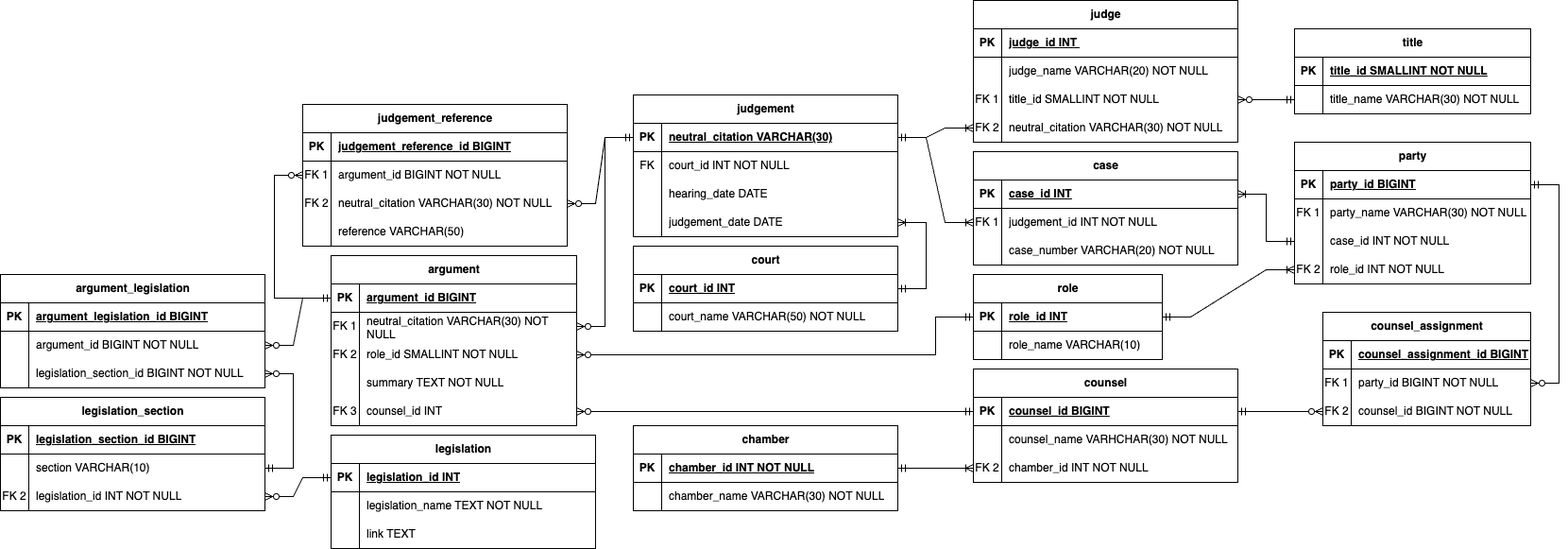
Above: dev-resources/erd/Dan-ERD.png in anisahhoque/c15-court-transcript-pipeline (draw.io), before the change. Source tidied: cells renumbered, new cells last; positions are measured from the earlier drawing's top-left corner, leaving out a move shared by most shapes.
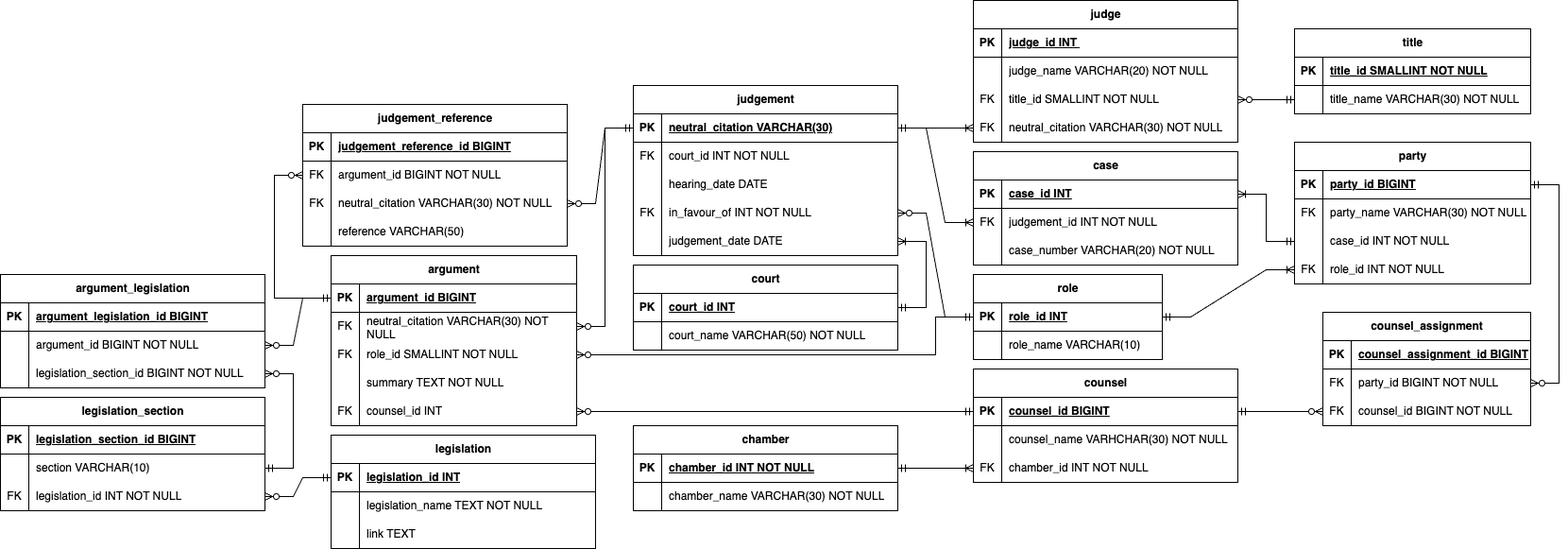
The same diagram one commit later.

Commit message:
Adds in_favour_of column to judgment, and simplifies foreign keys

Diff of the diagram source:
```diff
@@ -59,14 +59,14 @@
     <mxCell id="20" style="shape=tableRow;horizontal=0;startSize=0;swimlaneHead=0;swimlaneBody=0;fillColor=none;points=[[0,0.5],[1,0.5]];portConstraint=eastwest;top=0;left=0;right=0;bottom=0;" parent="13" vertex="1">
       <mxGeometry y="90" width="280" height="30" as="geometry" />
     </mxCell>
-    <mxCell id="21" value="FK 2" style="shape=partialRectangle;fillColor=none;top=0;left=0;bottom=0;right=0;overflow=hidden;whiteSpace=wrap;html=1;" parent="20" vertex="1">
+    <mxCell id="21" value="FK" style="shape=partialRectangle;fillColor=none;top=0;left=0;bottom=0;right=0;overflow=hidden;whiteSpace=wrap;html=1;" parent="20" vertex="1">
       <mxGeometry width="30" height="30" as="geometry" />
     </mxCell>
     <mxCell id="22" value="legislation_id INT NOT NULL" style="shape=partialRectangle;fillColor=none;top=0;left=0;bottom=0;right=0;align=left;spacingLeft=6;overflow=hidden;whiteSpace=wrap;html=1;" parent="20" vertex="1">
       <mxGeometry x="30" width="250" height="30" as="geometry" />
     </mxCell>
     <mxCell id="23" value="judgement" style="shape=table;startSize=30;rowLines=0;fontStyle=1;align=center;html=1;" parent="1" vertex="1">
-      <mxGeometry x="670" y="100" width="280" height="150" as="geometry" />
+      <mxGeometry x="670" y="90" width="280" height="180" as="geometry" />
     </mxCell>
     <mxCell id="24" style="shape=tableRow;horizontal=0;startSize=0;swimlaneHead=0;swimlaneBody=0;fillColor=none;points=[[0,0.5],[1,0.5]];portConstraint=eastwest;top=0;left=0;right=0;bottom=1;" parent="23" vertex="1">
       <mxGeometry y="30" width="280" height="30" as="geometry" />
@@ -95,8 +95,17 @@
     <mxCell id="32" value="hearing_date DATE" style="shape=partialRectangle;fillColor=none;top=0;left=0;bottom=0;right=0;align=left;spacingLeft=6;overflow=hidden;whiteSpace=wrap;html=1;" parent="30" vertex="1">
       <mxGeometry x="30" width="250" height="30" as="geometry" />
     </mxCell>
+    <mxCell id="176" style="shape=tableRow;horizontal=0;startSize=0;swimlaneHead=0;swimlaneBody=0;fillColor=none;points=[[0,0.5],[1,0.5]];portConstraint=eastwest;top=0;left=0;right=0;bottom=0;" parent="23" vertex="1">
+      <mxGeometry y="120" width="280" height="30" as="geometry" />
+    </mxCell>
+    <mxCell id="177" value="FK" style="shape=partialRectangle;fillColor=none;top=0;left=0;bottom=0;right=0;overflow=hidden;whiteSpace=wrap;html=1;" parent="176" vertex="1">
+      <mxGeometry width="30" height="30" as="geometry" />
+    </mxCell>
+    <mxCell id="178" value="in_favour_of INT NOT NULL" style="shape=partialRectangle;fillColor=none;top=0;left=0;bottom=0;right=0;align=left;spacingLeft=6;overflow=hidden;whiteSpace=wrap;html=1;" parent="176" vertex="1">
+      <mxGeometry x="30" width="250" height="30" as="geometry" />
+    </mxCell>
     <mxCell id="33" style="shape=tableRow;horizontal=0;startSize=0;swimlaneHead=0;swimlaneBody=0;fillColor=none;points=[[0,0.5],[1,0.5]];portConstraint=eastwest;top=0;left=0;right=0;bottom=0;" parent="23" vertex="1">
-      <mxGeometry y="120" width="280" height="30" as="geometry" />
+      <mxGeometry y="150" width="280" height="30" as="geometry" />
     </mxCell>
     <mxCell id="34" style="shape=partialRectangle;fillColor=none;top=0;left=0;bottom=0;right=0;overflow=hidden;whiteSpace=wrap;html=1;" parent="33" vertex="1">
       <mxGeometry width="30" height="30" as="geometry" />
@@ -119,7 +128,7 @@
     <mxCell id="40" style="shape=tableRow;horizontal=0;startSize=0;swimlaneHead=0;swimlaneBody=0;fillColor=none;points=[[0,0.5],[1,0.5]];portConstraint=eastwest;top=0;left=0;right=0;bottom=0;" parent="36" vertex="1">
       <mxGeometry y="60" width="280" height="30" as="geometry" />
     </mxCell>
-    <mxCell id="41" value="FK 1" style="shape=partialRectangle;fillColor=none;top=0;left=0;bottom=0;right=0;overflow=hidden;whiteSpace=wrap;html=1;" parent="40" vertex="1">
+    <mxCell id="41" value="FK" style="shape=partialRectangle;fillColor=none;top=0;left=0;bottom=0;right=0;overflow=hidden;whiteSpace=wrap;html=1;" parent="40" vertex="1">
       <mxGeometry width="30" height="30" as="geometry" />
     </mxCell>
     <mxCell id="42" value="argument_id BIGINT NOT NULL" style="shape=partialRectangle;fillColor=none;top=0;left=0;bottom=0;right=0;align=left;spacingLeft=6;overflow=hidden;whiteSpace=wrap;html=1;" parent="40" vertex="1">
@@ -128,7 +137,7 @@
     <mxCell id="43" style="shape=tableRow;horizontal=0;startSize=0;swimlaneHead=0;swimlaneBody=0;fillColor=none;points=[[0,0.5],[1,0.5]];portConstraint=eastwest;top=0;left=0;right=0;bottom=0;" parent="36" vertex="1">
       <mxGeometry y="90" width="280" height="30" as="geometry" />
     </mxCell>
-    <mxCell id="44" value="FK 2" style="shape=partialRectangle;fillColor=none;top=0;left=0;bottom=0;right=0;overflow=hidden;whiteSpace=wrap;html=1;" parent="43" vertex="1">
+    <mxCell id="44" value="FK" style="shape=partialRectangle;fillColor=none;top=0;left=0;bottom=0;right=0;overflow=hidden;whiteSpace=wrap;html=1;" parent="43" vertex="1">
       <mxGeometry width="30" height="30" as="geometry" />
     </mxCell>
     <mxCell id="45" value="neutral_citation VARCHAR(30) NOT NULL" style="shape=partialRectangle;fillColor=none;top=0;left=0;bottom=0;right=0;align=left;spacingLeft=6;overflow=hidden;whiteSpace=wrap;html=1;" parent="43" vertex="1">
@@ -158,7 +167,7 @@
     <mxCell id="53" style="shape=tableRow;horizontal=0;startSize=0;swimlaneHead=0;swimlaneBody=0;fillColor=none;points=[[0,0.5],[1,0.5]];portConstraint=eastwest;top=0;left=0;right=0;bottom=0;" parent="49" vertex="1">
       <mxGeometry y="60" width="280" height="30" as="geometry" />
     </mxCell>
-    <mxCell id="54" value="FK 1" style="shape=partialRectangle;fillColor=none;top=0;left=0;bottom=0;right=0;overflow=hidden;whiteSpace=wrap;html=1;" parent="53" vertex="1">
+    <mxCell id="54" value="FK" style="shape=partialRectangle;fillColor=none;top=0;left=0;bottom=0;right=0;overflow=hidden;whiteSpace=wrap;html=1;" parent="53" vertex="1">
       <mxGeometry width="30" height="30" as="geometry" />
     </mxCell>
     <mxCell id="55" value="judgement_id INT NOT NULL" style="shape=partialRectangle;fillColor=none;top=0;left=0;bottom=0;right=0;align=left;spacingLeft=6;overflow=hidden;whiteSpace=wrap;html=1;" parent="53" vertex="1">
@@ -174,7 +183,7 @@
       <mxGeometry x="30" width="250" height="30" as="geometry" />
     </mxCell>
     <mxCell id="59" value="court" style="shape=table;startSize=30;rowLines=0;fontStyle=1;align=center;html=1;" parent="1" vertex="1">
-      <mxGeometry x="670" y="260" width="280" height="90" as="geometry" />
+      <mxGeometry x="670" y="280" width="280" height="90" as="geometry" />
     </mxCell>
     <mxCell id="60" style="shape=tableRow;horizontal=0;startSize=0;swimlaneHead=0;swimlaneBody=0;fillColor=none;points=[[0,0.5],[1,0.5]];portConstraint=eastwest;top=0;left=0;right=0;bottom=1;" parent="59" vertex="1">
       <mxGeometry y="30" width="280" height="30" as="geometry" />
@@ -209,7 +218,7 @@
     <mxCell id="70" style="shape=tableRow;horizontal=0;startSize=0;swimlaneHead=0;swimlaneBody=0;fillColor=none;top=0;left=0;right=0;bottom=0;" parent="66" vertex="1">
       <mxGeometry y="60" width="250" height="30" as="geometry" />
     </mxCell>
-    <mxCell id="71" value="FK 1" style="shape=partialRectangle;fillColor=none;top=0;left=0;bottom=0;right=0;overflow=hidden;whiteSpace=wrap;html=1;" parent="70" vertex="1">
+    <mxCell id="71" value="FK" style="shape=partialRectangle;fillColor=none;top=0;left=0;bottom=0;right=0;overflow=hidden;whiteSpace=wrap;html=1;" parent="70" vertex="1">
       <mxGeometry width="30" height="30" as="geometry" />
     </mxCell>
     <mxCell id="72" value="party_name VARCHAR(30) NOT NULL" style="shape=partialRectangle;fillColor=none;top=0;left=0;bottom=0;right=0;align=left;spacingLeft=6;overflow=hidden;whiteSpace=wrap;html=1;" parent="70" vertex="1">
@@ -227,7 +236,7 @@
     <mxCell id="76" style="shape=tableRow;horizontal=0;startSize=0;swimlaneHead=0;swimlaneBody=0;fillColor=none;points=[[0,0.5],[1,0.5]];portConstraint=eastwest;top=0;left=0;right=0;bottom=0;" parent="66" vertex="1">
       <mxGeometry y="120" width="250" height="30" as="geometry" />
     </mxCell>
-    <mxCell id="77" value="FK 2" style="shape=partialRectangle;fillColor=none;top=0;left=0;bottom=0;right=0;overflow=hidden;whiteSpace=wrap;html=1;" parent="76" vertex="1">
+    <mxCell id="77" value="FK" style="shape=partialRectangle;fillColor=none;top=0;left=0;bottom=0;right=0;overflow=hidden;whiteSpace=wrap;html=1;" parent="76" vertex="1">
       <mxGeometry width="30" height="30" as="geometry" />
     </mxCell>
     <mxCell id="78" value="role_id INT NOT NULL" style="shape=partialRectangle;fillColor=none;top=0;left=0;bottom=0;right=0;align=left;spacingLeft=6;overflow=hidden;whiteSpace=wrap;html=1;" parent="76" vertex="1">
@@ -269,7 +278,7 @@
     <mxCell id="90" style="shape=tableRow;horizontal=0;startSize=0;swimlaneHead=0;swimlaneBody=0;fillColor=none;points=[[0,0.5],[1,0.5]];portConstraint=eastwest;top=0;left=0;right=0;bottom=0;" parent="86" vertex="1">
       <mxGeometry y="60" width="220" height="30" as="geometry" />
     </mxCell>
-    <mxCell id="91" value="FK 1" style="shape=partialRectangle;fillColor=none;top=0;left=0;bottom=0;right=0;overflow=hidden;whiteSpace=wrap;html=1;" parent="90" vertex="1">
+    <mxCell id="91" value="FK" style="shape=partialRectangle;fillColor=none;top=0;left=0;bottom=0;right=0;overflow=hidden;whiteSpace=wrap;html=1;" parent="90" vertex="1">
       <mxGeometry width="30" height="30" as="geometry" />
     </mxCell>
     <mxCell id="92" value="party_id BIGINT NOT NULL" style="shape=partialRectangle;fillColor=none;top=0;left=0;bottom=0;right=0;align=left;spacingLeft=6;overflow=hidden;whiteSpace=wrap;html=1;" parent="90" vertex="1">
@@ -278,7 +287,7 @@
     <mxCell id="93" style="shape=tableRow;horizontal=0;startSize=0;swimlaneHead=0;swimlaneBody=0;fillColor=none;points=[[0,0.5],[1,0.5]];portConstraint=eastwest;top=0;left=0;right=0;bottom=0;" parent="86" vertex="1">
       <mxGeometry y="90" width="220" height="30" as="geometry" />
     </mxCell>
-    <mxCell id="94" value="FK 2" style="shape=partialRectangle;fillColor=none;top=0;left=0;bottom=0;right=0;overflow=hidden;whiteSpace=wrap;html=1;" parent="93" vertex="1">
+    <mxCell id="94" value="FK" style="shape=partialRectangle;fillColor=none;top=0;left=0;bottom=0;right=0;overflow=hidden;whiteSpace=wrap;html=1;" parent="93" vertex="1">
       <mxGeometry width="30" height="30" as="geometry" />
     </mxCell>
     <mxCell id="95" value="counsel_id BIGINT NOT NULL" style="shape=partialRectangle;fillColor=none;top=0;left=0;bottom=0;right=0;align=left;spacingLeft=6;overflow=hidden;whiteSpace=wrap;html=1;" parent="93" vertex="1">
@@ -308,7 +317,7 @@
     <mxCell id="103" style="shape=tableRow;horizontal=0;startSize=0;swimlaneHead=0;swimlaneBody=0;fillColor=none;points=[[0,0.5],[1,0.5]];portConstraint=eastwest;top=0;left=0;right=0;bottom=0;" parent="96" vertex="1">
       <mxGeometry y="90" width="280" height="30" as="geometry" />
     </mxCell>
-    <mxCell id="104" value="&lt;span style=&quot;color: rgb(0, 0, 0); font-family: Helvetica; font-size: 12px; font-style: normal; font-variant-ligatures: normal; font-variant-caps: normal; font-weight: 400; letter-spacing: normal; orphans: 2; text-align: center; text-indent: 0px; text-transform: none; widows: 2; word-spacing: 0px; -webkit-text-stroke-width: 0px; white-space: normal; background-color: rgb(251, 251, 251); text-decoration-thickness: initial; text-decoration-style: initial; text-decoration-color: initial; float: none; display: inline !important;&quot;&gt;FK 2&lt;/span&gt;" style="shape=partialRectangle;fillColor=none;top=0;left=0;bottom=0;right=0;overflow=hidden;whiteSpace=wrap;html=1;" parent="103" vertex="1">
+    <mxCell id="104" value="&lt;span style=&quot;color: rgb(0, 0, 0); font-family: Helvetica; font-size: 12px; font-style: normal; font-variant-ligatures: normal; font-variant-caps: normal; font-weight: 400; letter-spacing: normal; orphans: 2; text-align: center; text-indent: 0px; text-transform: none; widows: 2; word-spacing: 0px; -webkit-text-stroke-width: 0px; white-space: normal; background-color: rgb(251, 251, 251); text-decoration-thickness: initial; text-decoration-style: initial; text-decoration-color: initial; float: none; display: inline !important;&quot;&gt;FK&lt;/span&gt;" style="shape=partialRectangle;fillColor=none;top=0;left=0;bottom=0;right=0;overflow=hidden;whiteSpace=wrap;html=1;" parent="103" vertex="1">
       <mxGeometry width="30" height="30" as="geometry" />
     </mxCell>
     <mxCell id="105" value="chamber_id INT NOT NULL" style="shape=partialRectangle;fillColor=none;top=0;left=0;bottom=0;right=0;align=left;spacingLeft=6;overflow=hidden;whiteSpace=wrap;html=1;" parent="103" vertex="1">
@@ -392,7 +401,7 @@
     <mxCell id="128" style="shape=tableRow;horizontal=0;startSize=0;swimlaneHead=0;swimlaneBody=0;fillColor=none;points=[[0,0.5],[1,0.5]];portConstraint=eastwest;top=0;left=0;right=0;bottom=0;" parent="124" vertex="1">
       <mxGeometry y="60" width="260" height="30" as="geometry" />
     </mxCell>
-    <mxCell id="129" value="FK 1" style="shape=partialRectangle;fillColor=none;top=0;left=0;bottom=0;right=0;overflow=hidden;whiteSpace=wrap;html=1;" parent="128" vertex="1">
+    <mxCell id="129" value="FK" style="shape=partialRectangle;fillColor=none;top=0;left=0;bottom=0;right=0;overflow=hidden;whiteSpace=wrap;html=1;" parent="128" vertex="1">
       <mxGeometry width="30" height="30" as="geometry" />
     </mxCell>
     <mxCell id="130" value="neutral_citation VARCHAR(30) NOT NULL" style="shape=partialRectangle;fillColor=none;top=0;left=0;bottom=0;right=0;align=left;spacingLeft=6;overflow=hidden;whiteSpace=wrap;html=1;" parent="128" vertex="1">
@@ -401,7 +410,7 @@
     <mxCell id="131" style="shape=tableRow;horizontal=0;startSize=0;swimlaneHead=0;swimlaneBody=0;fillColor=none;points=[[0,0.5],[1,0.5]];portConstraint=eastwest;top=0;left=0;right=0;bottom=0;" parent="124" vertex="1">
       <mxGeometry y="90" width="260" height="30" as="geometry" />
     </mxCell>
-    <mxCell id="132" value="FK 2" style="shape=partialRectangle;fillColor=none;top=0;left=0;bottom=0;right=0;overflow=hidden;whiteSpace=wrap;html=1;" parent="131" vertex="1">
+    <mxCell id="132" value="FK" style="shape=partialRectangle;fillColor=none;top=0;left=0;bottom=0;right=0;overflow=hidden;whiteSpace=wrap;html=1;" parent="131" vertex="1">
       <mxGeometry width="30" height="30" as="geometry" />
     </mxCell>
     <mxCell id="133" value="role_id SMALLINT NOT NULL" style="shape=partialRectangle;fillColor=none;top=0;left=0;bottom=0;right=0;align=left;spacingLeft=6;overflow=hidden;whiteSpace=wrap;html=1;" parent="131" vertex="1">
@@ -419,7 +428,7 @@
     <mxCell id="137" style="shape=tableRow;horizontal=0;startSize=0;swimlaneHead=0;swimlaneBody=0;fillColor=none;points=[[0,0.5],[1,0.5]];portConstraint=eastwest;top=0;left=0;right=0;bottom=0;" parent="124" vertex="1">
       <mxGeometry y="150" width="260" height="30" as="geometry" />
     </mxCell>
-    <mxCell id="138" value="FK 3" style="shape=partialRectangle;fillColor=none;top=0;left=0;bottom=0;right=0;overflow=hidden;whiteSpace=wrap;html=1;" parent="137" vertex="1">
+    <mxCell id="138" value="FK" style="shape=partialRectangle;fillColor=none;top=0;left=0;bottom=0;right=0;overflow=hidden;whiteSpace=wrap;html=1;" parent="137" vertex="1">
       <mxGeometry width="30" height="30" as="geometry" />
     </mxCell>
     <mxCell id="139" value="counsel_id INT" style="shape=partialRectangle;fillColor=none;top=0;left=0;bottom=0;right=0;align=left;spacingLeft=6;overflow=hidden;whiteSpace=wrap;html=1;" parent="137" vertex="1">
@@ -463,7 +472,7 @@
     <mxCell id="150" style="shape=tableRow;horizontal=0;startSize=0;swimlaneHead=0;swimlaneBody=0;fillColor=none;points=[[0,0.5],[1,0.5]];portConstraint=eastwest;top=0;left=0;right=0;bottom=0;" parent="143" vertex="1">
       <mxGeometry y="90" width="280" height="30" as="geometry" />
     </mxCell>
-    <mxCell id="151" value="FK 1" style="shape=partialRectangle;fillColor=none;top=0;left=0;bottom=0;right=0;overflow=hidden;whiteSpace=wrap;html=1;" parent="150" vertex="1">
+    <mxCell id="151" value="FK" style="shape=partialRectangle;fillColor=none;top=0;left=0;bottom=0;right=0;overflow=hidden;whiteSpace=wrap;html=1;" parent="150" vertex="1">
       <mxGeometry width="30" height="30" as="geometry" />
     </mxCell>
     <mxCell id="152" value="title_id SMALLINT NOT NULL" style="shape=partialRectangle;fillColor=none;top=0;left=0;bottom=0;right=0;align=left;spacingLeft=6;overflow=hidden;whiteSpace=wrap;html=1;" parent="150" vertex="1">
@@ -472,7 +481,7 @@
     <mxCell id="153" style="shape=tableRow;horizontal=0;startSize=0;swimlaneHead=0;swimlaneBody=0;fillColor=none;points=[[0,0.5],[1,0.5]];portConstraint=eastwest;top=0;left=0;right=0;bottom=0;" parent="143" vertex="1">
       <mxGeometry y="120" width="280" height="30" as="geometry" />
     </mxCell>
-    <mxCell id="154" value="FK 2" style="shape=partialRectangle;fillColor=none;top=0;left=0;bottom=0;right=0;overflow=hidden;whiteSpace=wrap;html=1;" parent="153" vertex="1">
+    <mxCell id="154" value="FK" style="shape=partialRectangle;fillColor=none;top=0;left=0;bottom=0;right=0;overflow=hidden;whiteSpace=wrap;html=1;" parent="153" vertex="1">
       <mxGeometry width="30" height="30" as="geometry" />
     </mxCell>
     <mxCell id="155" value="neutral_citation VARCHAR(30) NOT NULL" style="shape=partialRectangle;fillColor=none;top=0;left=0;bottom=0;right=0;align=left;spacingLeft=6;overflow=hidden;whiteSpace=wrap;html=1;" parent="153" vertex="1">
@@ -538,5 +547,8 @@
     <mxCell id="175" style="edgeStyle=entityRelationEdgeStyle;fontSize=12;html=1;endArrow=ERzeroToMany;startArrow=ERmandOne;rounded=0;exitX=1;exitY=0.5;exitDx=0;exitDy=0;entryX=1;entryY=0.5;entryDx=0;entryDy=0;" parent="1" edge="1" source="17" target="172">
       <mxGeometry relative="1" as="geometry" />
     </mxCell>
+    <mxCell id="179" style="edgeStyle=entityRelationEdgeStyle;fontSize=12;html=1;endArrow=ERzeroToMany;startArrow=ERmandOne;rounded=0;entryX=1;entryY=0.5;entryDx=0;entryDy=0;" parent="1" edge="1" source="80" target="176">
+      <mxGeometry relative="1" as="geometry" />
+    </mxCell>
   </root>
 </mxGraphModel>
```
